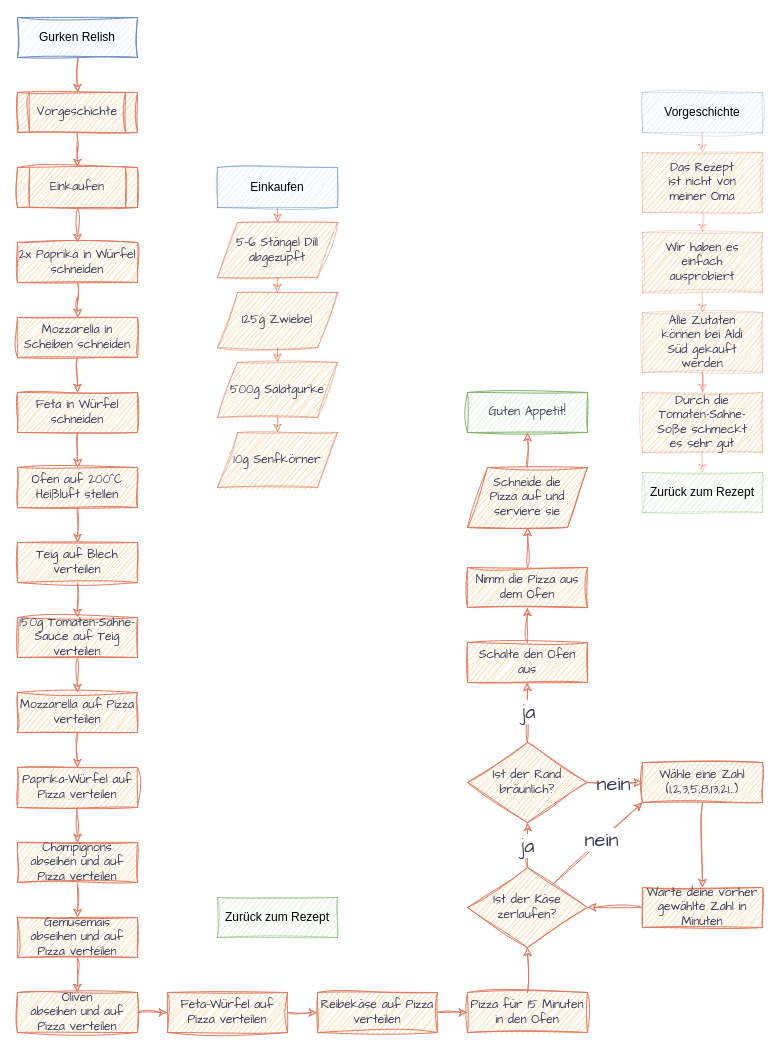
Earlier version of the draw.io diagram cucumber_relish/de_cucumber_relish.drawio (DarkDonnerGunther/rivercookery). Source tidied: cells renumbered, new cells numbered last; positions are measured from the earlier drawing's top-left corner, leaving out a move shared by most shapes. Both pictures are drawn from the tidied source at 100%, with x=0, y=0 at pixel (17, 17).
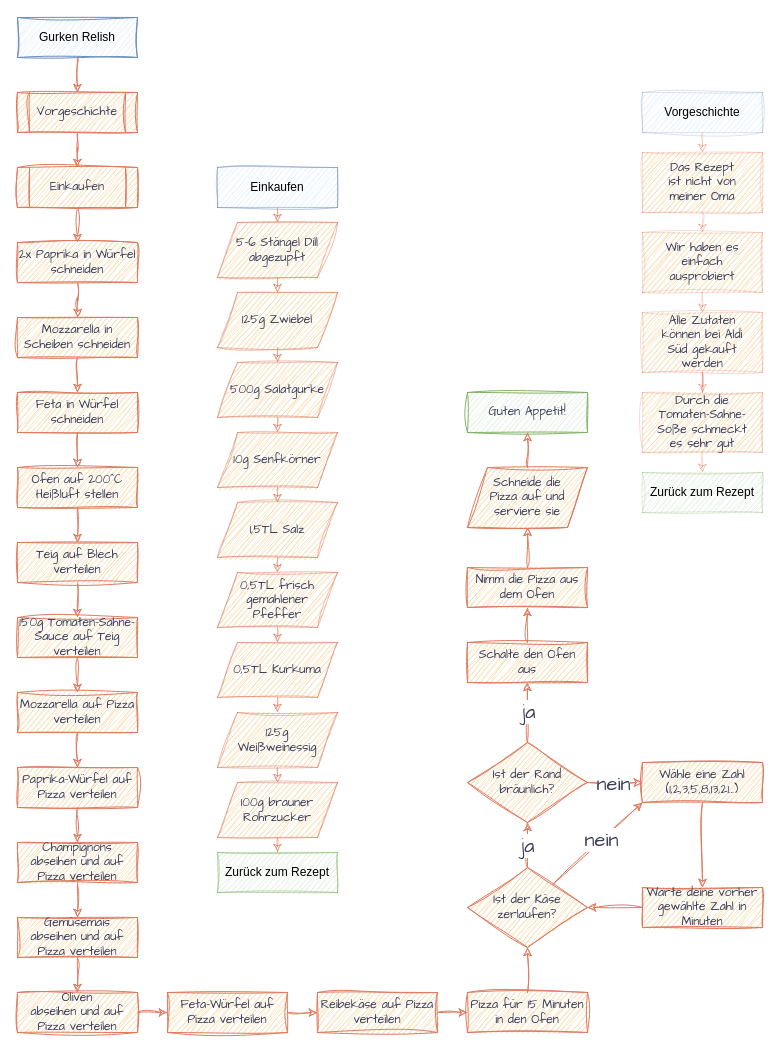
The same diagram, later.

The change refers to these unchanged cells:
```xml
<mxCell id="77" value="10g Senfkörner" style="shape=parallelogram;fixedSize=1;hachureGap=4;strokeColor=#E07A5F;fontFamily=Architects Daughter;fontSize=12;fontColor=#393C56;fillColor=#F2CC8F;labelBorderColor=none;whiteSpace=wrap;html=1;labelBackgroundColor=none;verticalAlign=middle;rounded=0;sketch=1;curveFitting=1;jiggle=2;strokeOpacity=50;perimeter=parallelogramPerimeter;align=center;" parent="1" vertex="1">
  <mxGeometry x="200" y="415" width="120" height="55" as="geometry" />
</mxCell>
```

Change to the diagram source:
```diff
@@
     <mxCell id="25" value="Zurück zum Rezept" style="rounded=0;whiteSpace=wrap;html=1;fontSize=12;glass=0;strokeWidth=1;shadow=0;labelBackgroundColor=none;fillColor=#d5e8d4;strokeColor=#82b366;sketch=1;curveFitting=1;jiggle=2;strokeOpacity=50;" parent="1" vertex="1">
-      <mxGeometry x="200" y="880" width="120" height="40" as="geometry" />
+      <mxGeometry x="200" y="835" width="120" height="40" as="geometry" />
     </mxCell>
@@
+    <mxCell id="78" style="edgeStyle=orthogonalEdgeStyle;rounded=0;jettySize=auto;html=1;exitX=0.5;exitY=1;exitDx=0;exitDy=0;entryX=0.5;entryY=0;entryDx=0;entryDy=0;hachureGap=4;strokeColor=#E07A5F;fontFamily=Architects Daughter;fontSize=16;fontColor=#393C56;fillColor=#F2CC8F;sketch=1;curveFitting=1;jiggle=2;strokeOpacity=50;" parent="1" edge="1" source="77" target="79">
+      <mxGeometry relative="1" as="geometry" />
+    </mxCell>
+    <mxCell id="79" value="1,5TL Salz" style="shape=parallelogram;fixedSize=1;hachureGap=4;strokeColor=#E07A5F;fontFamily=Architects Daughter;fontSize=12;fontColor=#393C56;fillColor=#F2CC8F;labelBorderColor=none;whiteSpace=wrap;html=1;labelBackgroundColor=none;verticalAlign=middle;rounded=0;sketch=1;curveFitting=1;jiggle=2;strokeOpacity=50;perimeter=parallelogramPerimeter;align=center;" parent="1" vertex="1">
+      <mxGeometry x="200" y="485" width="120" height="55" as="geometry" />
+    </mxCell>
+    <mxCell id="80" style="edgeStyle=orthogonalEdgeStyle;rounded=0;jettySize=auto;html=1;exitX=0.5;exitY=1;exitDx=0;exitDy=0;entryX=0.5;entryY=0;entryDx=0;entryDy=0;hachureGap=4;strokeColor=#E07A5F;fontFamily=Architects Daughter;fontSize=16;fontColor=#393C56;fillColor=#F2CC8F;sketch=1;curveFitting=1;jiggle=2;strokeOpacity=50;" parent="1" edge="1" source="79" target="81">
+      <mxGeometry relative="1" as="geometry" />
+    </mxCell>
+    <mxCell id="81" value="0,5TL frisch&lt;div&gt;gemahlener&lt;/div&gt;&lt;div&gt;Pfeffer&lt;/div&gt;" style="shape=parallelogram;fixedSize=1;hachureGap=4;strokeColor=#E07A5F;fontFamily=Architects Daughter;fontSize=12;fontColor=#393C56;fillColor=#F2CC8F;labelBorderColor=none;whiteSpace=wrap;html=1;labelBackgroundColor=none;verticalAlign=middle;rounded=0;sketch=1;curveFitting=1;jiggle=2;strokeOpacity=50;perimeter=parallelogramPerimeter;align=center;" parent="1" vertex="1">
+      <mxGeometry x="200" y="555" width="120" height="55" as="geometry" />
+    </mxCell>
+    <mxCell id="82" style="edgeStyle=orthogonalEdgeStyle;rounded=0;jettySize=auto;html=1;exitX=0.5;exitY=1;exitDx=0;exitDy=0;entryX=0.5;entryY=0;entryDx=0;entryDy=0;hachureGap=4;strokeColor=#E07A5F;fontFamily=Architects Daughter;fontSize=16;fontColor=#393C56;fillColor=#F2CC8F;sketch=1;curveFitting=1;jiggle=2;strokeOpacity=50;" parent="1" edge="1" source="81" target="83">
+      <mxGeometry relative="1" as="geometry" />
+    </mxCell>
+    <mxCell id="83" value="0,5TL Kurkuma" style="shape=parallelogram;fixedSize=1;hachureGap=4;strokeColor=#E07A5F;fontFamily=Architects Daughter;fontSize=12;fontColor=#393C56;fillColor=#F2CC8F;labelBorderColor=none;whiteSpace=wrap;html=1;labelBackgroundColor=none;verticalAlign=middle;rounded=0;sketch=1;curveFitting=1;jiggle=2;strokeOpacity=50;perimeter=parallelogramPerimeter;align=center;" parent="1" vertex="1">
+      <mxGeometry x="200" y="625" width="120" height="55" as="geometry" />
+    </mxCell>
+    <mxCell id="84" style="edgeStyle=orthogonalEdgeStyle;rounded=0;jettySize=auto;html=1;entryX=0.5;entryY=0;entryDx=0;entryDy=0;hachureGap=4;strokeColor=#E07A5F;fontFamily=Architects Daughter;fontSize=16;fontColor=#393C56;fillColor=#F2CC8F;sketch=1;curveFitting=1;jiggle=2;strokeOpacity=50;exitX=0.5;exitY=1;exitDx=0;exitDy=0;" parent="1" edge="1" source="83" target="85">
+      <mxGeometry relative="1" as="geometry" />
+    </mxCell>
+    <mxCell id="85" value="125g&lt;br&gt;Weißweinessig" style="shape=parallelogram;fixedSize=1;hachureGap=4;strokeColor=#E07A5F;fontFamily=Architects Daughter;fontSize=12;fontColor=#393C56;fillColor=#F2CC8F;labelBorderColor=none;whiteSpace=wrap;html=1;labelBackgroundColor=none;verticalAlign=middle;rounded=0;sketch=1;curveFitting=1;jiggle=2;strokeOpacity=50;perimeter=parallelogramPerimeter;align=center;" parent="1" vertex="1">
+      <mxGeometry x="200" y="695" width="120" height="55" as="geometry" />
+    </mxCell>
+    <mxCell id="86" style="edgeStyle=orthogonalEdgeStyle;rounded=0;jettySize=auto;html=1;entryX=0.5;entryY=0;entryDx=0;entryDy=0;hachureGap=4;strokeColor=#E07A5F;fontFamily=Architects Daughter;fontSize=16;fontColor=#393C56;fillColor=#F2CC8F;sketch=1;curveFitting=1;jiggle=2;strokeOpacity=50;exitX=0.5;exitY=1;exitDx=0;exitDy=0;" parent="1" edge="1" source="85" target="88">
+      <mxGeometry relative="1" as="geometry" />
+    </mxCell>
+    <mxCell id="87" style="edgeStyle=orthogonalEdgeStyle;rounded=0;jettySize=auto;html=1;exitX=0.5;exitY=1;exitDx=0;exitDy=0;entryX=0.5;entryY=0;entryDx=0;entryDy=0;hachureGap=4;strokeColor=#E07A5F;fontFamily=Architects Daughter;fontSize=16;fontColor=#393C56;fillColor=#F2CC8F;sketch=1;curveFitting=1;jiggle=2;strokeOpacity=50;" parent="1" edge="1" source="88" target="25">
+      <mxGeometry relative="1" as="geometry" />
+    </mxCell>
+    <mxCell id="88" value="100g brauner&lt;br&gt;Rohrzucker" style="shape=parallelogram;fixedSize=1;hachureGap=4;strokeColor=#E07A5F;fontFamily=Architects Daughter;fontSize=12;fontColor=#393C56;fillColor=#F2CC8F;labelBorderColor=none;whiteSpace=wrap;html=1;labelBackgroundColor=none;verticalAlign=middle;rounded=0;sketch=1;curveFitting=1;jiggle=2;strokeOpacity=50;perimeter=parallelogramPerimeter;align=center;" parent="1" vertex="1">
+      <mxGeometry x="200" y="765" width="120" height="55" as="geometry" />
+    </mxCell>
```
